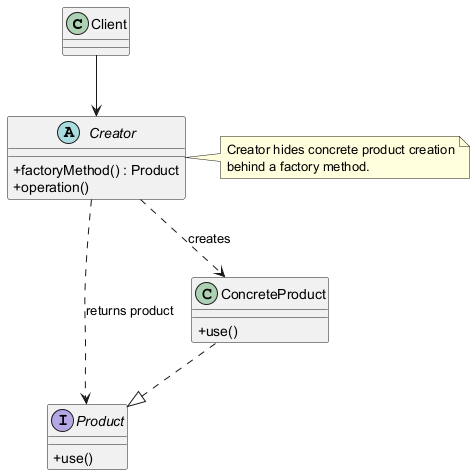
Earlier version of the PlantUML export docs/software_design_report/diagrams/img/factory_method_template.png (ASHRAF-2004/Machine-Learning-Based-System-for-Cardiopulmonary-Sound-Separation). Source of this version:
```plantuml
@startuml

skinparam classAttributeIconSize 0
skinparam shadowing false

class Client

abstract class Creator {
  +factoryMethod() : Product
  +operation()
}

interface Product {
  +use()
}

class ConcreteProduct {
  +use()
}

Client --> Creator
Creator ..> Product : returns product
ConcreteProduct ..|> Product
Creator ..> ConcreteProduct : creates

note right of Creator
  Creator hides concrete product creation
  behind a factory method.
end note

@enduml
```
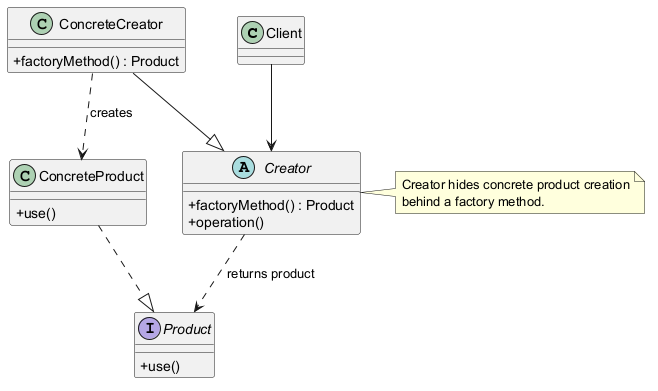
Later version of the same file.

Diff of the diagram source:
```diff
@@ -10,6 +10,10 @@
   +operation()
 }
 
+class ConcreteCreator {
+  +factoryMethod() : Product
+}
+
 interface Product {
   +use()
 }
@@ -20,8 +24,9 @@
 
 Client --> Creator
 Creator ..> Product : returns product
+ConcreteCreator --|> Creator
+ConcreteCreator ..> ConcreteProduct : creates
 ConcreteProduct ..|> Product
-Creator ..> ConcreteProduct : creates
 
 note right of Creator
   Creator hides concrete product creation
```
